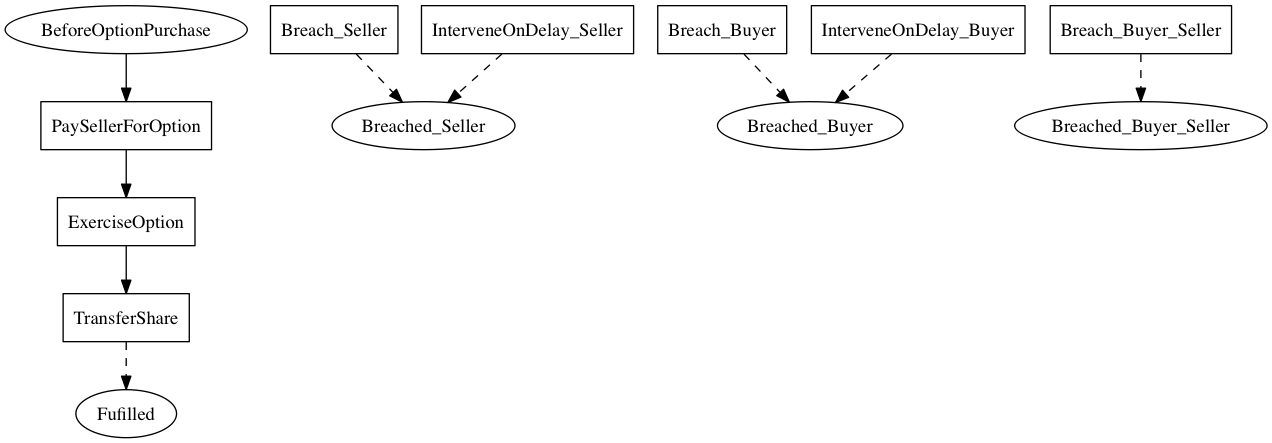
Earlier version of the Graphviz export linear_state_machine_language/pyL4/examples/out_graphviz/from_academic_lit/Farmer_american_call_option_2016.png (Marcao02/complaw-deeptech). Its source is kept beside it as linear_state_machine_language/pyL4/examples/out_graphviz/from_academic_lit/Farmer_american_call_option_2016.dot.
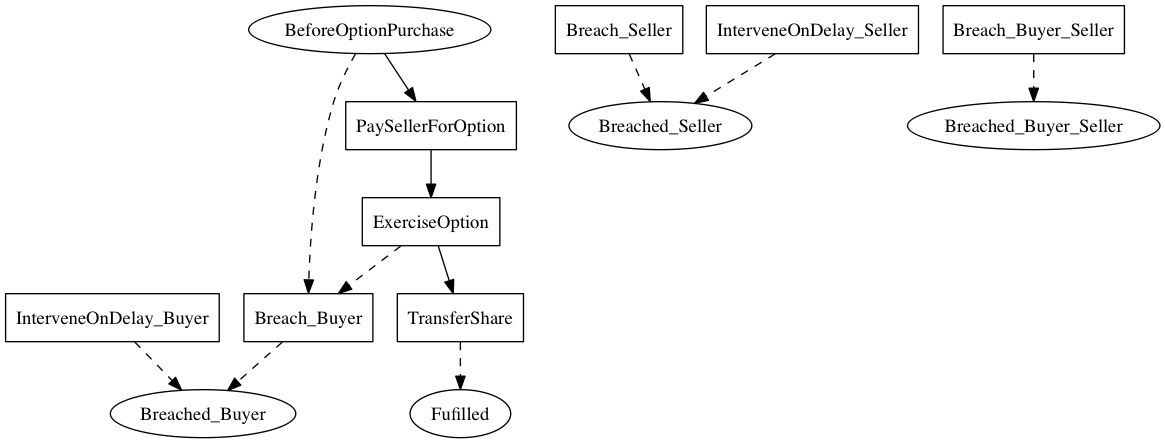
After the change.

Change to the diagram source:
```diff
@@ -19,8 +19,10 @@
 
 
     BeforeOptionPurchase -> PaySellerForOption;
+	BeforeOptionPurchase -> Breach_Buyer [style=dashed];
 	PaySellerForOption -> ExerciseOption;
-	ExerciseOption -> TransferShare
+	ExerciseOption -> TransferShare;
+	ExerciseOption -> Breach_Buyer [style=dashed]
 
     TransferShare -> Fulfilled [style=dashed];
 	Breach_Seller -> Breached_Seller [style=dashed];
```
